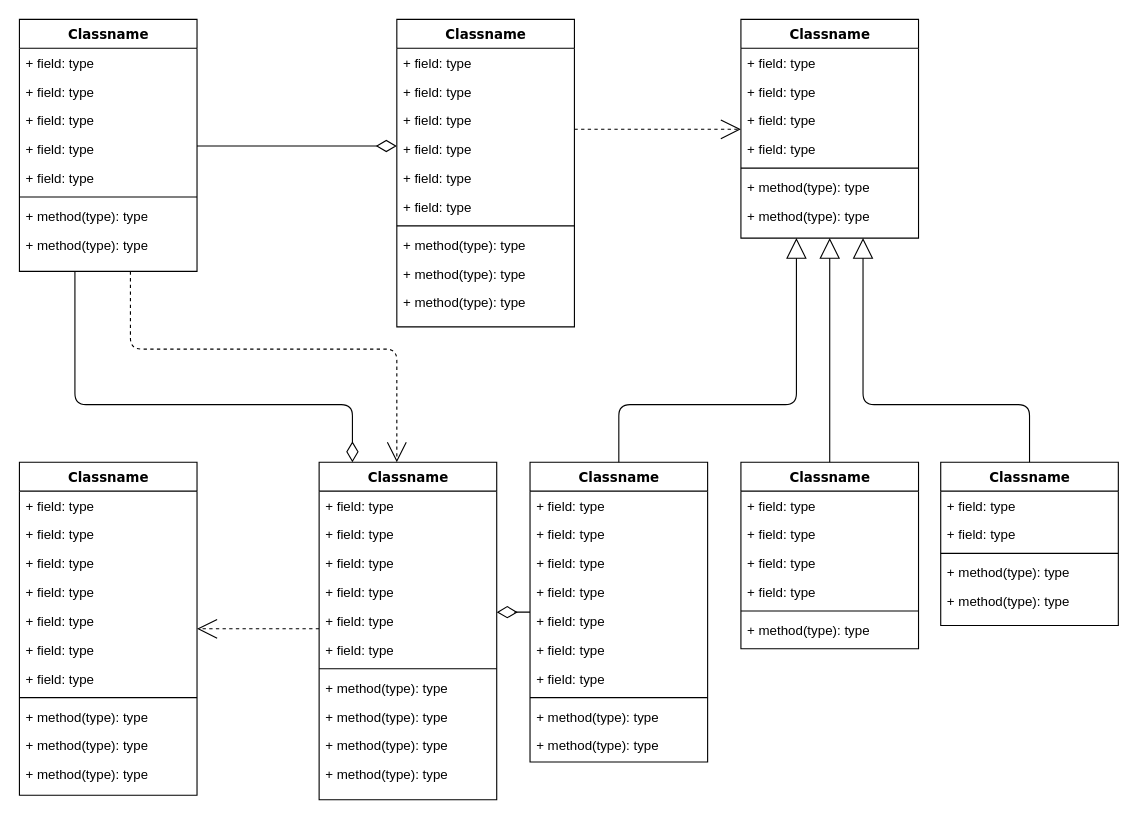
This is 未命名绘图.drawio from 1321621371/home, a draw.io file, before an edit. Source tidied: cells renumbered, new cells numbered last; positions are measured from the earlier drawing's top-left corner, leaving out a move shared by most shapes. Both pictures are drawn from the tidied source at 111%, with x=0, y=0 at pixel (19, 19).
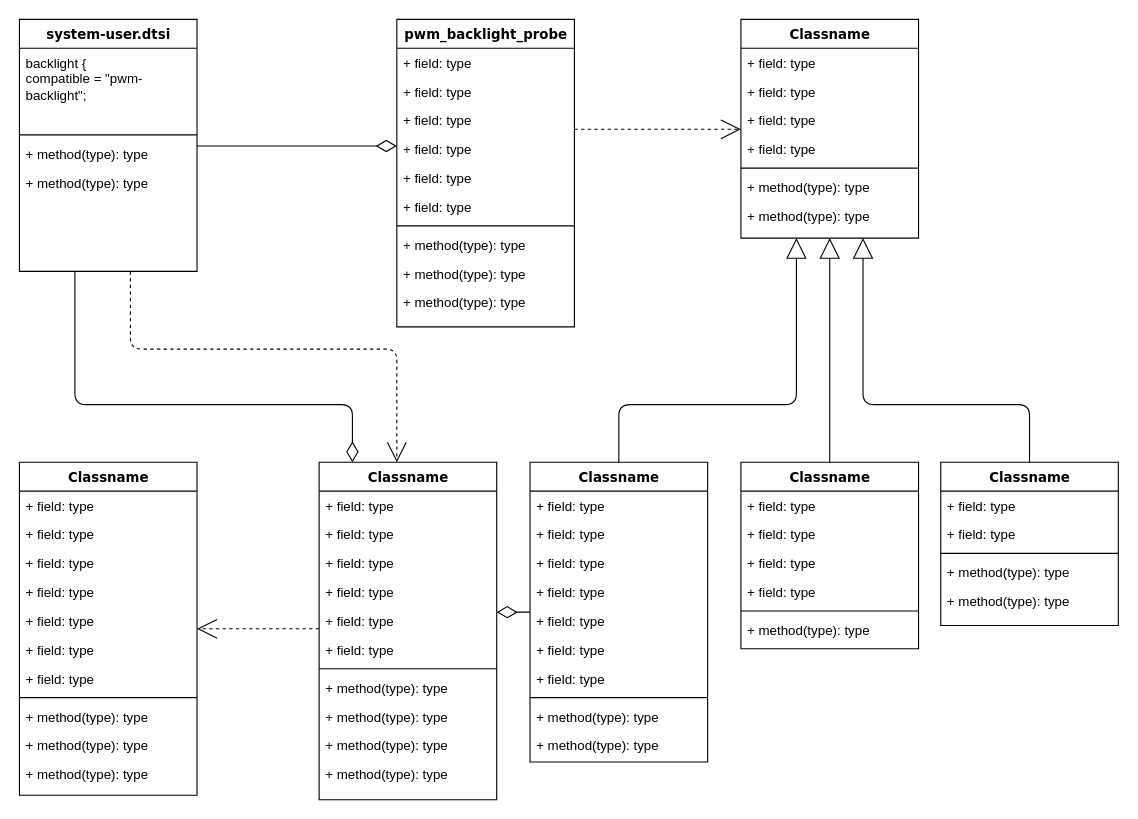
After the change.

Change to the diagram source:
```diff
@@
-    <mxCell id="4" value="Classname" style="swimlane;html=1;fontStyle=1;align=center;verticalAlign=top;horizontal=1;startSize=26;swimlaneFillColor=#ffffff;rounded=0;shadow=0;comic=0;labelBackgroundColor=none;strokeWidth=1;fillColor=none;fontFamily=Verdana;fontSize=12;" parent="1" vertex="1">
+    <mxCell id="4" value="system-user.dtsi" style="swimlane;html=1;fontStyle=1;align=center;verticalAlign=top;horizontal=1;startSize=26;swimlaneFillColor=#ffffff;rounded=0;shadow=0;comic=0;labelBackgroundColor=none;strokeWidth=1;fillColor=none;fontFamily=Verdana;fontSize=12;" parent="1" vertex="1">
       <mxGeometry width="160" height="227" as="geometry" />
     </mxCell>
-    <mxCell id="5" value="+ field: type" style="text;html=1;strokeColor=none;fillColor=none;align=left;verticalAlign=top;spacingLeft=4;spacingRight=4;whiteSpace=wrap;overflow=hidden;" parent="4" vertex="1">
-      <mxGeometry y="26" width="160" height="26" as="geometry" />
+    <mxCell id="5" value="&lt;div&gt;backlight {&lt;/div&gt;&lt;div&gt;&lt;span style=&quot;&quot;&gt;   &lt;/span&gt;compatible = &quot;pwm-backlight&quot;;&lt;/div&gt;" style="text;html=1;strokeColor=none;fillColor=none;align=left;verticalAlign=top;spacingLeft=4;spacingRight=4;whiteSpace=wrap;overflow=hidden;" parent="4" vertex="1">
+      <mxGeometry y="26" width="160" height="74" as="geometry" />
     </mxCell>
-    <mxCell id="6" value="+ field: type" style="text;html=1;strokeColor=none;fillColor=none;align=left;verticalAlign=top;spacingLeft=4;spacingRight=4;whiteSpace=wrap;overflow=hidden;" parent="4" vertex="1">
-      <mxGeometry y="52" width="160" height="26" as="geometry" />
-    </mxCell>
-    <mxCell id="7" value="+ field: type" style="text;html=1;strokeColor=none;fillColor=none;align=left;verticalAlign=top;spacingLeft=4;spacingRight=4;whiteSpace=wrap;overflow=hidden;" parent="4" vertex="1">
-      <mxGeometry y="78" width="160" height="26" as="geometry" />
-    </mxCell>
-    <mxCell id="8" value="+ field: type" style="text;html=1;strokeColor=none;fillColor=none;align=left;verticalAlign=top;spacingLeft=4;spacingRight=4;whiteSpace=wrap;overflow=hidden;" parent="4" vertex="1">
-      <mxGeometry y="104" width="160" height="26" as="geometry" />
-    </mxCell>
-    <mxCell id="9" value="+ field: type" style="text;html=1;strokeColor=none;fillColor=none;align=left;verticalAlign=top;spacingLeft=4;spacingRight=4;whiteSpace=wrap;overflow=hidden;" parent="4" vertex="1">
-      <mxGeometry y="130" width="160" height="26" as="geometry" />
-    </mxCell>
     <mxCell id="10" style="line;html=1;strokeWidth=1;fillColor=none;align=left;verticalAlign=middle;spacingTop=-1;spacingLeft=3;spacingRight=3;labelPosition=right;" parent="4" vertex="1">
-      <mxGeometry y="156" width="160" height="8" as="geometry" />
+      <mxGeometry y="100" width="160" height="8" as="geometry" />
     </mxCell>
     <mxCell id="11" value="+ method(type): type" style="text;html=1;strokeColor=none;fillColor=none;align=left;verticalAlign=top;spacingLeft=4;spacingRight=4;whiteSpace=wrap;overflow=hidden;" parent="4" vertex="1">
-      <mxGeometry y="164" width="160" height="26" as="geometry" />
+      <mxGeometry y="108" width="160" height="26" as="geometry" />
     </mxCell>
     <mxCell id="12" value="+ method(type): type" style="text;html=1;strokeColor=none;fillColor=none;align=left;verticalAlign=top;spacingLeft=4;spacingRight=4;whiteSpace=wrap;overflow=hidden;" parent="4" vertex="1">
-      <mxGeometry y="190" width="160" height="26" as="geometry" />
+      <mxGeometry y="134" width="160" height="26" as="geometry" />
     </mxCell>
@@
-    <mxCell id="14" value="Classname" style="swimlane;html=1;fontStyle=1;align=center;verticalAlign=top;horizontal=1;startSize=26;swimlaneFillColor=#ffffff;rounded=0;shadow=0;comic=0;labelBackgroundColor=none;strokeWidth=1;fillColor=none;fontFamily=Verdana;fontSize=12;" parent="1" vertex="1">
+    <mxCell id="14" value="pwm_backlight_probe" style="swimlane;html=1;fontStyle=1;align=center;verticalAlign=top;horizontal=1;startSize=26;swimlaneFillColor=#ffffff;rounded=0;shadow=0;comic=0;labelBackgroundColor=none;strokeWidth=1;fillColor=none;fontFamily=Verdana;fontSize=12;" parent="1" vertex="1">
       <mxGeometry x="340" width="160" height="277" as="geometry" />
     </mxCell>
```
